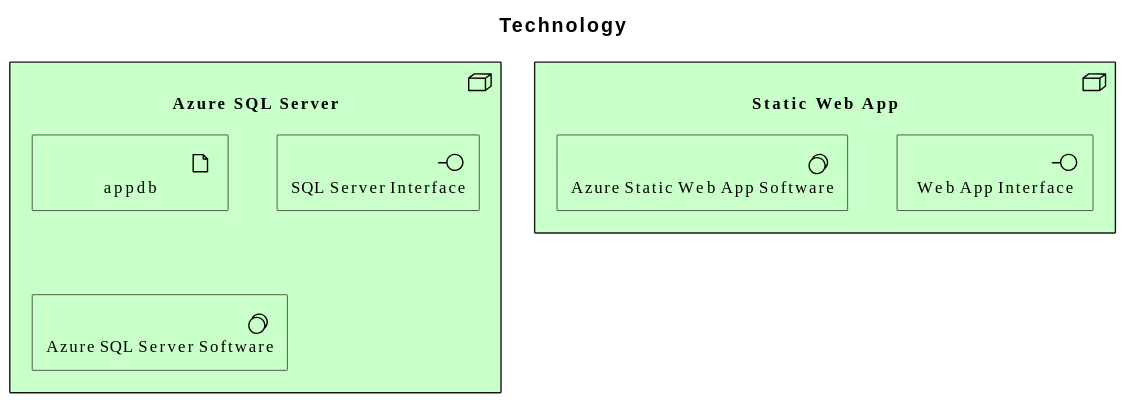
Earlier version of the PlantUML export diagrams/technology/overview.svg (wolffy-au/frictionless-sample-azure).
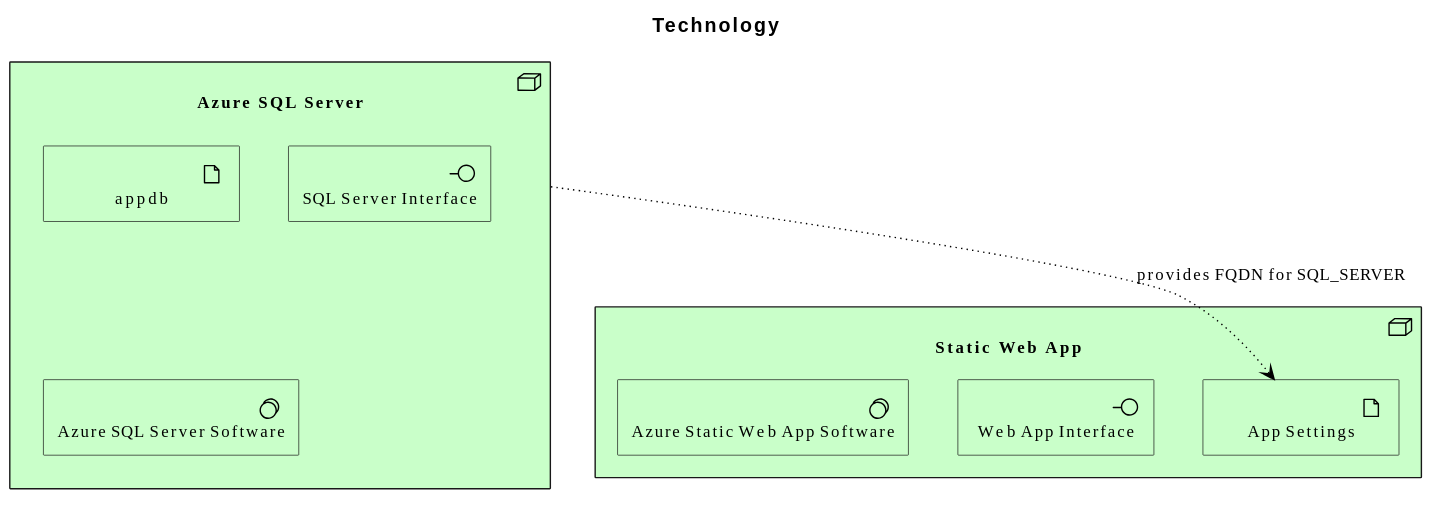
After the commit.

Commit message:
feat(architecture): model sample-azure's static site app settings as an artifact

Diff of the diagram source:
```diff
@@ -4,6 +4,7 @@
 title Technology
 
 Technology_Node(e_id3db5d26be8ff56, "Static Web App") {
+  Technology_Artifact(e_id1ee4629338065d, "App Settings")
   Technology_Interface(e_id33cc192ee35e5b, "Web App Interface")
   Technology_SystemSoftware(e_id3b81282895f35e, "Azure Static Web App Software")
 }
@@ -12,4 +13,6 @@
   Technology_Interface(e_id76a7034dd9ab53, "SQL Server Interface")
   Technology_SystemSoftware(e_id30920e0c9a155d, "Azure SQL Server Software")
 }
+
+Rel_Access_w(e_idd447595fb73a5f, e_id1ee4629338065d, "provides FQDN for SQL_SERVER")
 @enduml
```
